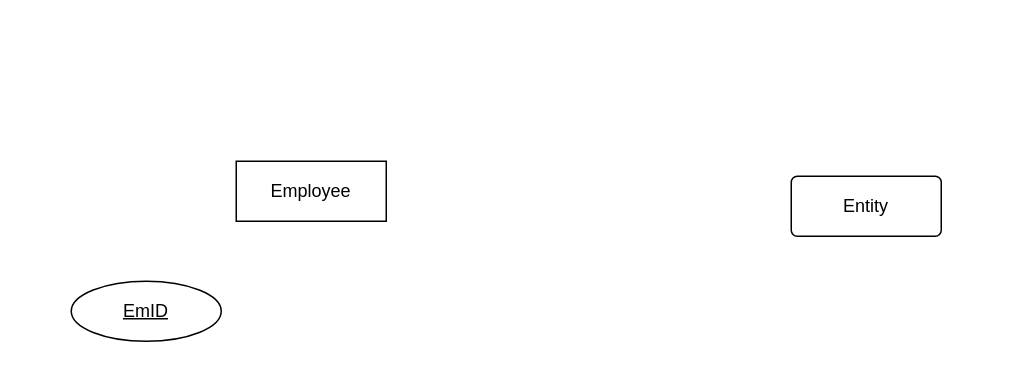
Above: buoi1sql.drawio in frozenproof/dactaphanmem (draw.io), before the change. Source tidied: cells renumbered, new cells numbered last; positions are measured from the earlier drawing's top-left corner, leaving out a move shared by most shapes. Both pictures are drawn from the tidied source at 150%, with x=0, y=0 at pixel (70, 160).
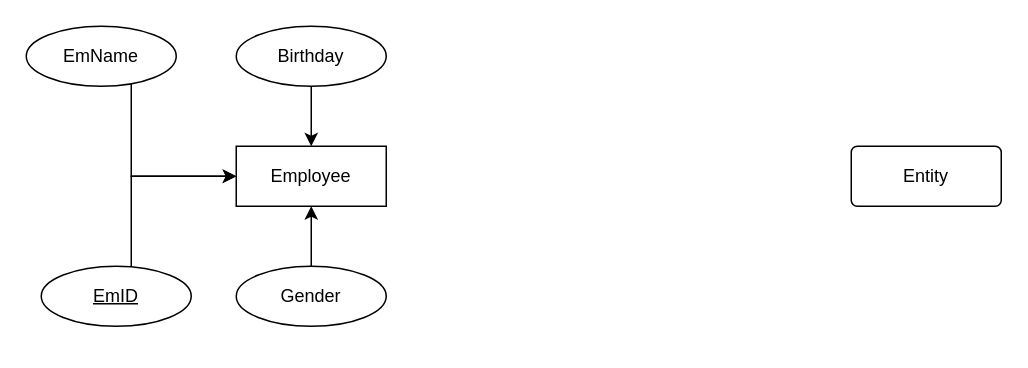
After the change.

What changed in the source:
```diff
@@
 <mxGraphModel>
   <root>
     <mxCell id="0" />
     <mxCell id="1" parent="0" />
     <mxCell id="2" value="Employee" style="whiteSpace=wrap;html=1;align=center;" parent="1" vertex="1">
-      <mxGeometry x="110" width="100" height="40" as="geometry" />
+      <mxGeometry x="110" y="-10" width="100" height="40" as="geometry" />
     </mxCell>
+    <mxCell id="5" style="edgeStyle=orthogonalEdgeStyle;rounded=0;jettySize=auto;html=1;" parent="1" edge="1" source="3" target="2">
+      <mxGeometry relative="1" as="geometry">
+        <Array as="points">
+          <mxPoint x="40" y="10" />
+        </Array>
+      </mxGeometry>
+    </mxCell>
     <mxCell id="3" value="EmID" style="ellipse;whiteSpace=wrap;html=1;align=center;fontStyle=4;" parent="1" vertex="1">
-      <mxGeometry y="80" width="100" height="40" as="geometry" />
+      <mxGeometry x="-20" y="70" width="100" height="40" as="geometry" />
     </mxCell>
     <mxCell id="4" value="Entity" style="rounded=1;arcSize=10;whiteSpace=wrap;html=1;align=center;" parent="1" vertex="1">
-      <mxGeometry x="480" y="10" width="100" height="40" as="geometry" />
+      <mxGeometry x="520" y="-10" width="100" height="40" as="geometry" />
     </mxCell>
+    <mxCell id="6" style="edgeStyle=orthogonalEdgeStyle;rounded=0;jettySize=auto;html=1;" parent="1" edge="1" source="7" target="2">
+      <mxGeometry relative="1" as="geometry">
+        <Array as="points">
+          <mxPoint x="40" y="10" />
+        </Array>
+      </mxGeometry>
+    </mxCell>
+    <mxCell id="7" value="EmName" style="ellipse;whiteSpace=wrap;html=1;align=center;" parent="1" vertex="1">
+      <mxGeometry x="-30" y="-90" width="100" height="40" as="geometry" />
+    </mxCell>
+    <mxCell id="8" style="edgeStyle=orthogonalEdgeStyle;rounded=0;jettySize=auto;html=1;" parent="1" edge="1" source="9" target="2">
+      <mxGeometry relative="1" as="geometry" />
+    </mxCell>
+    <mxCell id="9" value="Birthday" style="ellipse;whiteSpace=wrap;html=1;align=center;" parent="1" vertex="1">
+      <mxGeometry x="110" y="-90" width="100" height="40" as="geometry" />
+    </mxCell>
+    <mxCell id="10" style="edgeStyle=orthogonalEdgeStyle;rounded=0;jettySize=auto;html=1;" parent="1" edge="1" source="11" target="2">
+      <mxGeometry relative="1" as="geometry" />
+    </mxCell>
+    <mxCell id="11" value="Gender" style="ellipse;whiteSpace=wrap;html=1;align=center;" parent="1" vertex="1">
+      <mxGeometry x="110" y="70" width="100" height="40" as="geometry" />
+    </mxCell>
   </root>
 </mxGraphModel>
```
